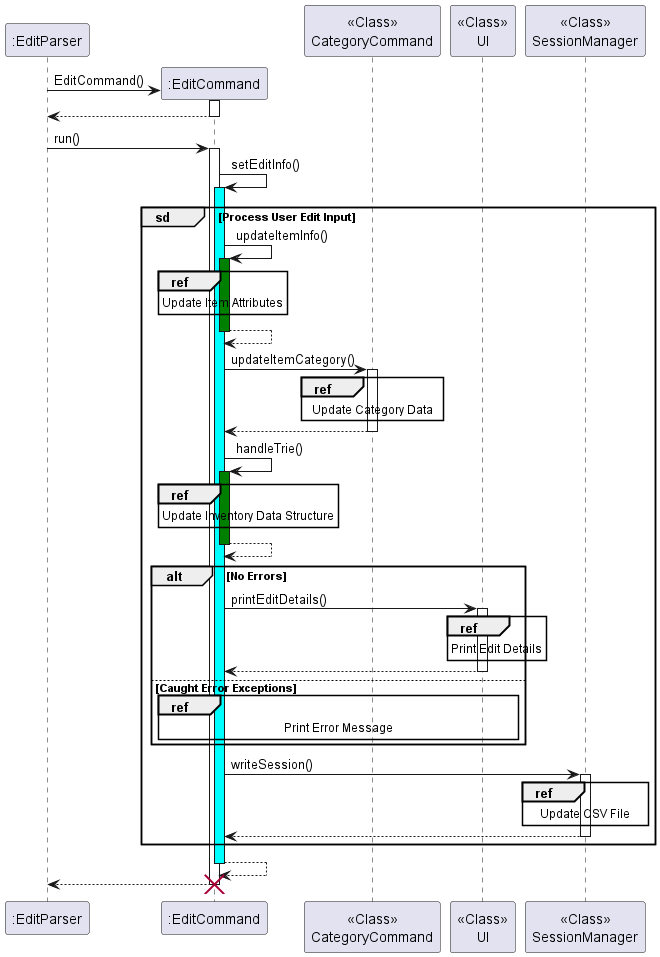
Earlier version of the PlantUML export docs/UML/Edit/EditCommand.png (nus-cs2113-AY2223S2/tp).
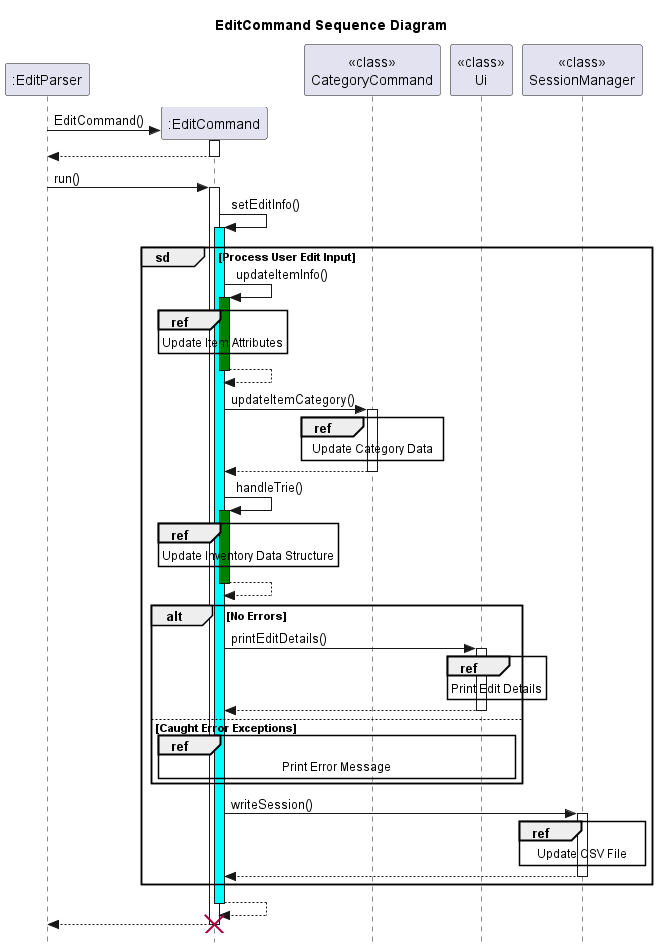
The same file after the commit.

Diff of the diagram source:
```diff
@@ -1,5 +1,7 @@
 @startuml
+title EditCommand Sequence Diagram
 
+skinparam style strictuml
 ":EditParser" -> ":EditCommand" **:EditCommand()
 activate ":EditCommand"
 ":EditCommand" --> ":EditParser"
@@ -14,30 +16,30 @@
     ref over ":EditCommand": Update Item Attributes
     ":EditCommand"-->":EditCommand"
     deactivate ":EditCommand"
-    ":EditCommand" -> "<<Class>>\nCategoryCommand": updateItemCategory()
-    activate "<<Class>>\nCategoryCommand"
-    ref over "<<Class>>\nCategoryCommand": Update Category Data
-    "<<Class>>\nCategoryCommand" --> ":EditCommand"
-    deactivate "<<Class>>\nCategoryCommand"
+    ":EditCommand" -> "<<class>>\nCategoryCommand": updateItemCategory()
+    activate "<<class>>\nCategoryCommand"
+    ref over "<<class>>\nCategoryCommand": Update Category Data
+    "<<class>>\nCategoryCommand" --> ":EditCommand"
+    deactivate "<<class>>\nCategoryCommand"
     ":EditCommand"->":EditCommand": handleTrie()
     activate ":EditCommand" #Green
     ref over ":EditCommand": Update Inventory Data Structure
     ":EditCommand"-->":EditCommand"
     deactivate ":EditCommand"
     alt No Errors
-        ":EditCommand" -> "<<Class>>\nUI":printEditDetails()
-        activate "<<Class>>\nUI"
-        ref over "<<Class>>\nUI":Print Edit Details
-        "<<Class>>\nUI" --> ":EditCommand"
-        deactivate "<<Class>>\nUI"
+        ":EditCommand" -> "<<class>>\nUi":printEditDetails()
+        activate "<<class>>\nUi"
+        ref over "<<class>>\nUi":Print Edit Details
+        "<<class>>\nUi" --> ":EditCommand"
+        deactivate "<<class>>\nUi"
     else Caught Error Exceptions
-        ref over ":EditCommand","<<Class>>\nUI": Print Error Message
+        ref over ":EditCommand","<<class>>\nUi": Print Error Message
     end
-    ":EditCommand" -> "<<Class>>\nSessionManager": writeSession()
-    activate "<<Class>>\nSessionManager"
-    ref over "<<Class>>\nSessionManager": Update CSV File
-    "<<Class>>\nSessionManager" --> ":EditCommand"
-    deactivate "<<Class>>\nSessionManager"
+    ":EditCommand" -> "<<class>>\nSessionManager": writeSession()
+    activate "<<class>>\nSessionManager"
+    ref over "<<class>>\nSessionManager": Update CSV File
+    "<<class>>\nSessionManager" --> ":EditCommand"
+    deactivate "<<class>>\nSessionManager"
 
 end
 ":EditCommand" --> ":EditCommand"
```
